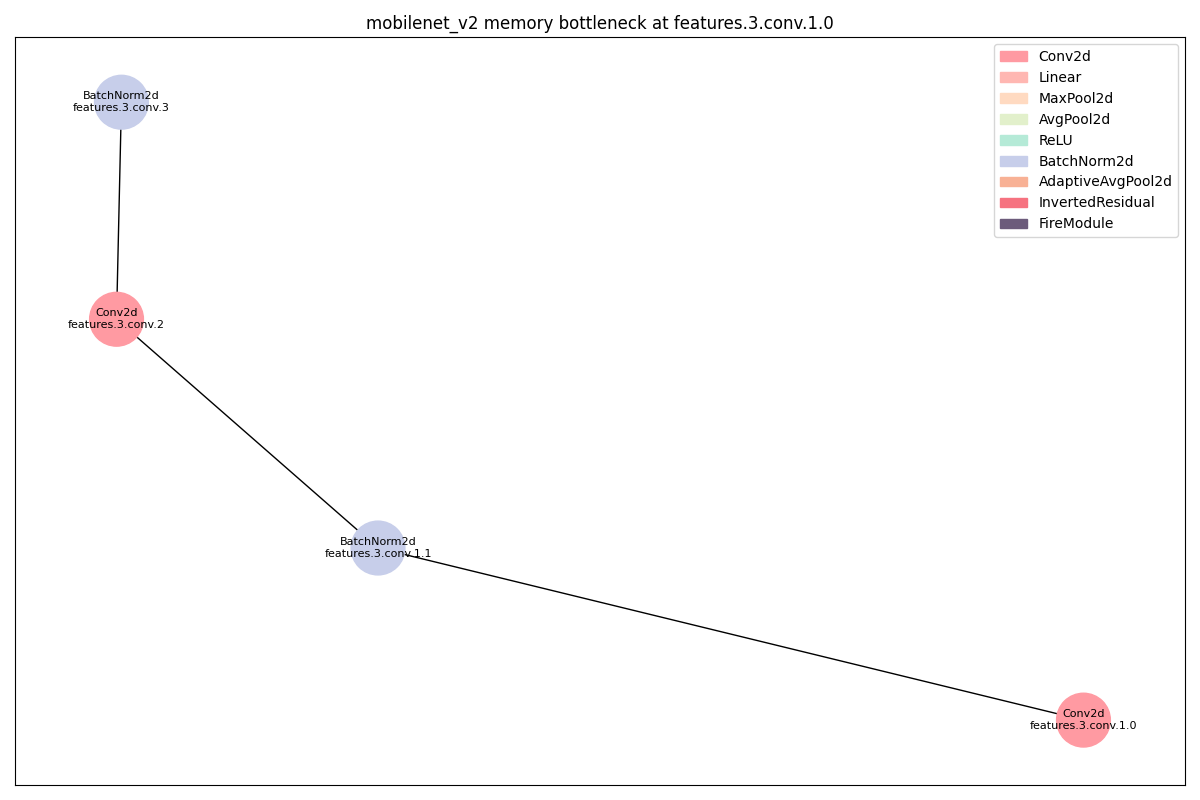
Above: dags/mobilenet_v2_memory_features_3_conv_1_0_op.png in 11222-Meng/DNN_Bottlen_Layer_Analysis (Graphviz), before the change. Its source is kept beside it as dags/mobilenet_v2_memory_features_3_conv_1_0_op.dot. Its diagram source:
```dot
strict digraph "" {
	Conv2d_0	[color="#FF9AA2",
		layer_name="features.3.conv.1.0",
		params=1296,
		type=Conv2d];
	BatchNorm2d_0	[color="#C7CEEA",
		layer_name="features.3.conv.1.1",
		params=288,
		type=BatchNorm2d];
	Conv2d_0 -> BatchNorm2d_0;
	Conv2d_1	[color="#FF9AA2",
		layer_name="features.3.conv.2",
		params=3456,
		type=Conv2d];
	BatchNorm2d_0 -> Conv2d_1;
	BatchNorm2d_1	[color="#C7CEEA",
		layer_name="features.3.conv.3",
		params=48,
		type=BatchNorm2d];
	Conv2d_1 -> BatchNorm2d_1;
}
```
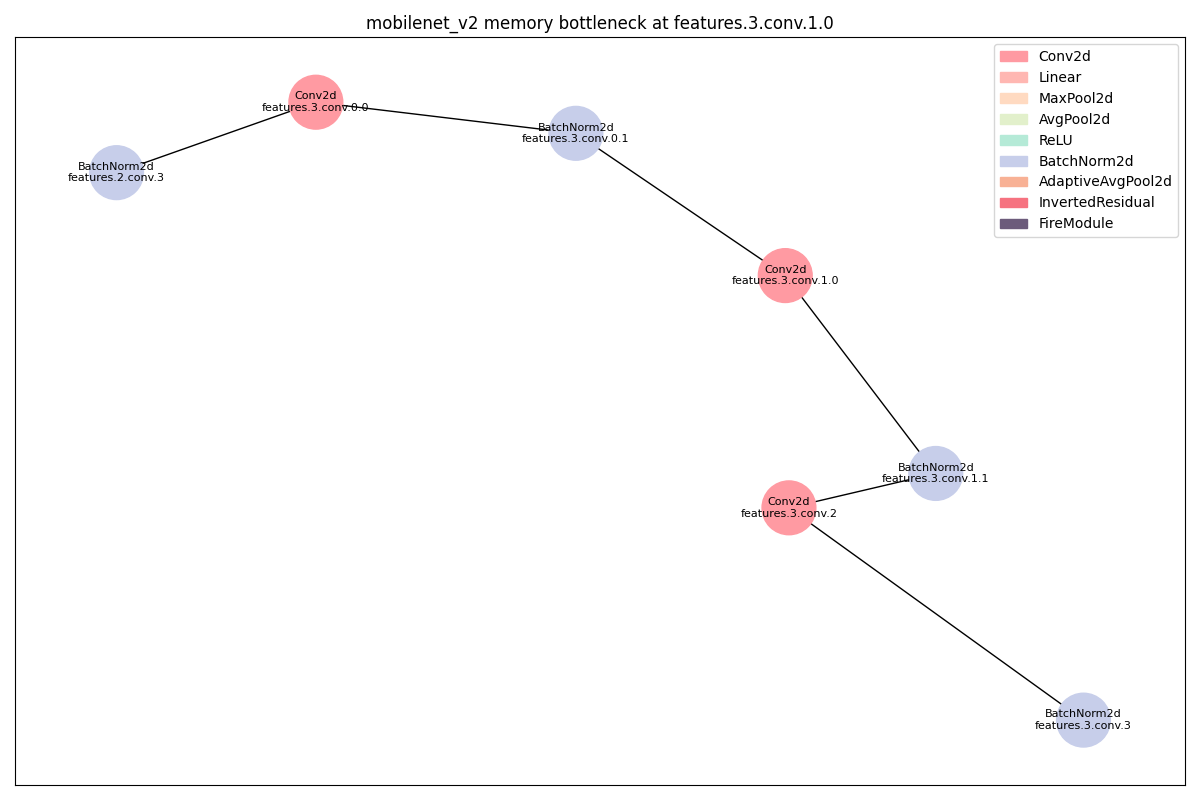
After the commit.

Diff of the diagram source:
```diff
@@ -1,21 +1,36 @@
 strict digraph "" {
+	BatchNorm2d_0	[color="#C7CEEA",
+		layer_name="features.2.conv.3",
+		params=48,
+		type=BatchNorm2d];
 	Conv2d_0	[color="#FF9AA2",
+		layer_name="features.3.conv.0.0",
+		params=3456,
+		type=Conv2d];
+	BatchNorm2d_0 -> Conv2d_0;
+	BatchNorm2d_1	[color="#C7CEEA",
+		layer_name="features.3.conv.0.1",
+		params=288,
+		type=BatchNorm2d];
+	Conv2d_0 -> BatchNorm2d_1;
+	Conv2d_1	[color="#FF9AA2",
 		layer_name="features.3.conv.1.0",
 		params=1296,
 		type=Conv2d];
-	BatchNorm2d_0	[color="#C7CEEA",
+	BatchNorm2d_1 -> Conv2d_1;
+	BatchNorm2d_2	[color="#C7CEEA",
 		layer_name="features.3.conv.1.1",
 		params=288,
 		type=BatchNorm2d];
-	Conv2d_0 -> BatchNorm2d_0;
-	Conv2d_1	[color="#FF9AA2",
+	Conv2d_1 -> BatchNorm2d_2;
+	Conv2d_2	[color="#FF9AA2",
 		layer_name="features.3.conv.2",
 		params=3456,
 		type=Conv2d];
-	BatchNorm2d_0 -> Conv2d_1;
-	BatchNorm2d_1	[color="#C7CEEA",
+	BatchNorm2d_2 -> Conv2d_2;
+	BatchNorm2d_3	[color="#C7CEEA",
 		layer_name="features.3.conv.3",
 		params=48,
 		type=BatchNorm2d];
-	Conv2d_1 -> BatchNorm2d_1;
+	Conv2d_2 -> BatchNorm2d_3;
 }
```
